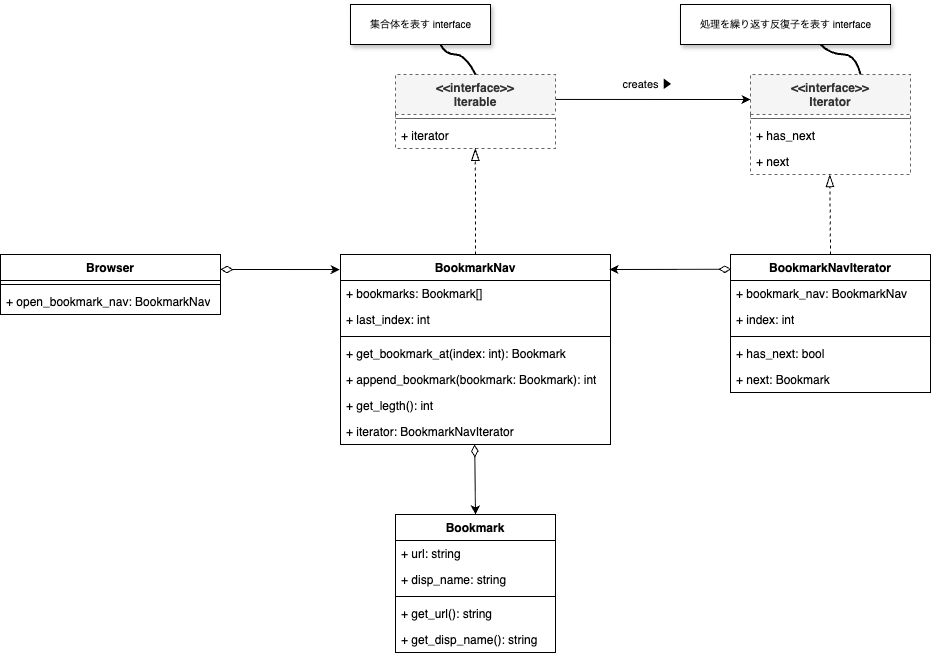
Before: uml/iterator.drawio.png, a diagram exported from draw.io (yamaga-shu/design-pattern-ruby). Source tidied: cells renumbered, new cells last; positions are measured from the earlier drawing's top-left corner, leaving out a move shared by most shapes.
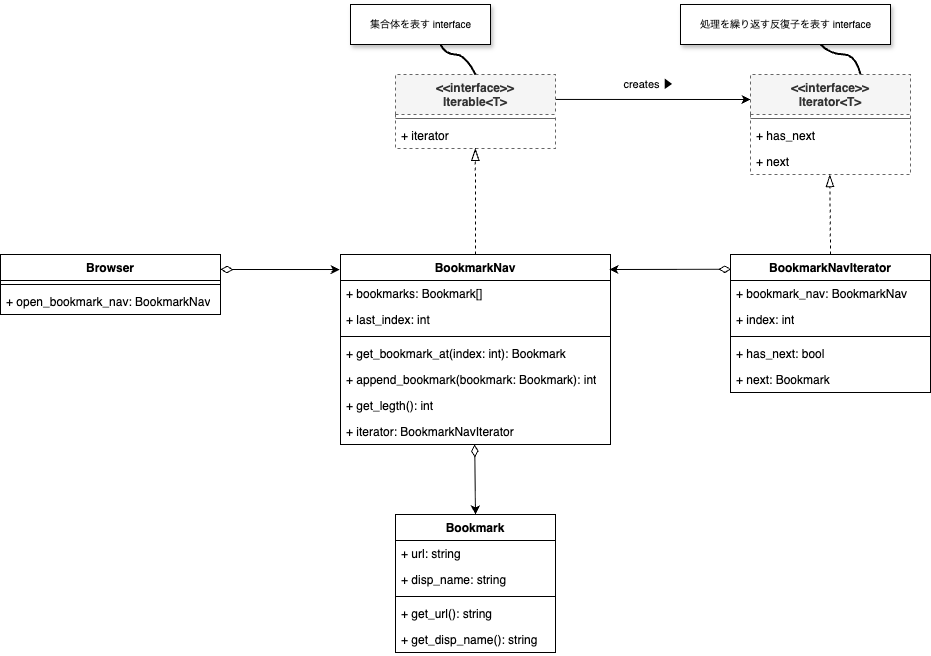
The same diagram one commit later.

Change to the diagram source:
```diff
@@ -2,7 +2,7 @@
   <root>
     <mxCell id="0" />
     <mxCell id="1" value="UML" parent="0" />
-    <mxCell id="2" value="&amp;lt;&amp;lt;interface&amp;gt;&amp;gt;&lt;div&gt;Iterable&lt;/div&gt;" style="swimlane;fontStyle=1;align=center;verticalAlign=top;horizontal=1;startSize=40;whiteSpace=wrap;html=1;fillColor=#f5f5f5;fontColor=#333333;strokeColor=#666666;dashed=1;" parent="1" vertex="1">
+    <mxCell id="2" value="&amp;lt;&amp;lt;interface&amp;gt;&amp;gt;&lt;div&gt;Iterable&amp;lt;T&amp;gt;&lt;/div&gt;" style="swimlane;fontStyle=1;align=center;verticalAlign=top;horizontal=1;startSize=40;whiteSpace=wrap;html=1;fillColor=#f5f5f5;fontColor=#333333;strokeColor=#666666;dashed=1;" parent="1" vertex="1">
       <mxGeometry x="395" y="70" width="160" height="74" as="geometry" />
     </mxCell>
     <mxCell id="3" style="line;strokeWidth=1;fillColor=none;align=left;verticalAlign=middle;spacingTop=-1;spacingLeft=3;spacingRight=3;labelPosition=right;strokeColor=inherit;" parent="2" vertex="1">
@@ -11,7 +11,7 @@
     <mxCell id="4" value="+ iterator" style="text;strokeColor=none;fillColor=none;align=left;verticalAlign=top;spacingLeft=4;spacingRight=4;overflow=hidden;points=[[0,0.5],[1,0.5]];portConstraint=eastwest;whiteSpace=wrap;html=1;" parent="2" vertex="1">
       <mxGeometry y="48" width="160" height="26" as="geometry" />
     </mxCell>
-    <mxCell id="5" value="&amp;lt;&amp;lt;interface&amp;gt;&amp;gt;&lt;div&gt;Iterator&lt;/div&gt;" style="swimlane;fontStyle=1;align=center;verticalAlign=top;horizontal=1;startSize=40;whiteSpace=wrap;html=1;fillColor=#f5f5f5;fontColor=#333333;strokeColor=#666666;dashed=1;" parent="1" vertex="1">
+    <mxCell id="5" value="&amp;lt;&amp;lt;interface&amp;gt;&amp;gt;&lt;div&gt;Iterator&amp;lt;T&amp;gt;&lt;/div&gt;" style="swimlane;fontStyle=1;align=center;verticalAlign=top;horizontal=1;startSize=40;whiteSpace=wrap;html=1;fillColor=#f5f5f5;fontColor=#333333;strokeColor=#666666;dashed=1;" parent="1" vertex="1">
       <mxGeometry x="750" y="70" width="160" height="100" as="geometry" />
     </mxCell>
     <mxCell id="6" style="line;strokeWidth=1;fillColor=none;align=left;verticalAlign=middle;spacingTop=-1;spacingLeft=3;spacingRight=3;labelPosition=right;strokeColor=inherit;" parent="5" vertex="1">
```
